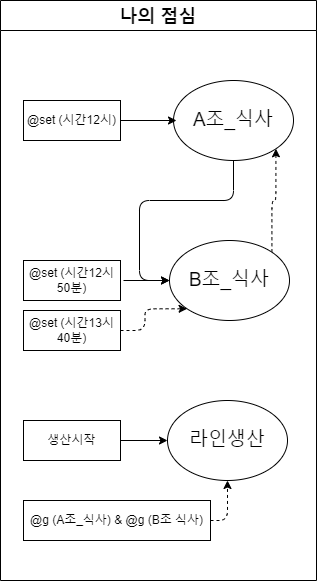
Before: MySystem/png/my3.dio.png, a diagram exported from draw.io (DualsoftDev/ds). Source tidied: cells renumbered, new cells last; positions are measured from the earlier drawing's top-left corner, leaving out a move shared by most shapes.
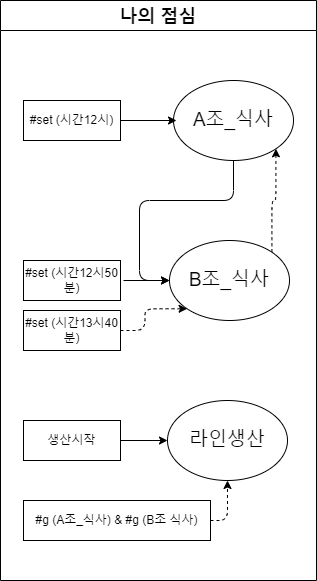
Later version of the same file.

The edit, as a diff of the source:
```diff
@@ -26,19 +26,19 @@
     <mxCell id="7" style="edgeStyle=none;html=1;exitX=1;exitY=0.5;exitDx=0;exitDy=0;entryX=0.025;entryY=0.5;entryDx=0;entryDy=0;entryPerimeter=0;" parent="2" edge="1" source="8" target="4">
       <mxGeometry relative="1" as="geometry" />
     </mxCell>
-    <mxCell id="8" value="@set (시간12시)" style="rounded=0;whiteSpace=wrap;html=1;" parent="2" vertex="1">
+    <mxCell id="8" value="#set (시간12시)" style="rounded=0;whiteSpace=wrap;html=1;" parent="2" vertex="1">
       <mxGeometry x="23" y="100" width="97" height="40" as="geometry" />
     </mxCell>
     <mxCell id="9" style="edgeStyle=orthogonalEdgeStyle;html=1;exitX=1;exitY=0.5;exitDx=0;exitDy=0;entryX=0.5;entryY=1;entryDx=0;entryDy=0;dashed=1;" parent="2" edge="1" source="10" target="11">
       <mxGeometry relative="1" as="geometry" />
     </mxCell>
-    <mxCell id="10" value="@g (A조_식사) &amp;amp; @g (B조 식사)" style="rounded=0;whiteSpace=wrap;html=1;" parent="2" vertex="1">
+    <mxCell id="10" value="#g (A조_식사) &amp;amp; #g (B조 식사)" style="rounded=0;whiteSpace=wrap;html=1;" parent="2" vertex="1">
       <mxGeometry x="23" y="500" width="187" height="40" as="geometry" />
     </mxCell>
     <mxCell id="11" value="라인생산" style="ellipse;whiteSpace=wrap;html=1;labelBackgroundColor=#FFFFFF;fontColor=none;fontSize=19;" parent="2" vertex="1">
       <mxGeometry x="167" y="400" width="120" height="80" as="geometry" />
     </mxCell>
-    <mxCell id="12" value="@set (시간12시50분)" style="rounded=0;whiteSpace=wrap;html=1;" parent="2" vertex="1">
+    <mxCell id="12" value="#set (시간12시50분)" style="rounded=0;whiteSpace=wrap;html=1;" parent="2" vertex="1">
       <mxGeometry x="23" y="260" width="97" height="40" as="geometry" />
     </mxCell>
     <mxCell id="13" style="edgeStyle=none;html=1;entryX=0;entryY=0.5;entryDx=0;entryDy=0;" parent="2" edge="1" target="6">
@@ -55,7 +55,7 @@
     <mxCell id="16" style="edgeStyle=orthogonalEdgeStyle;html=1;exitX=1;exitY=0.5;exitDx=0;exitDy=0;entryX=0;entryY=1;entryDx=0;entryDy=0;dashed=1;" parent="2" edge="1" source="17" target="6">
       <mxGeometry relative="1" as="geometry" />
     </mxCell>
-    <mxCell id="17" value="@set (시간13시40분)" style="rounded=0;whiteSpace=wrap;html=1;" parent="2" vertex="1">
+    <mxCell id="17" value="#set (시간13시40분)" style="rounded=0;whiteSpace=wrap;html=1;" parent="2" vertex="1">
       <mxGeometry x="23" y="310" width="97" height="40" as="geometry" />
     </mxCell>
   </root>
```
